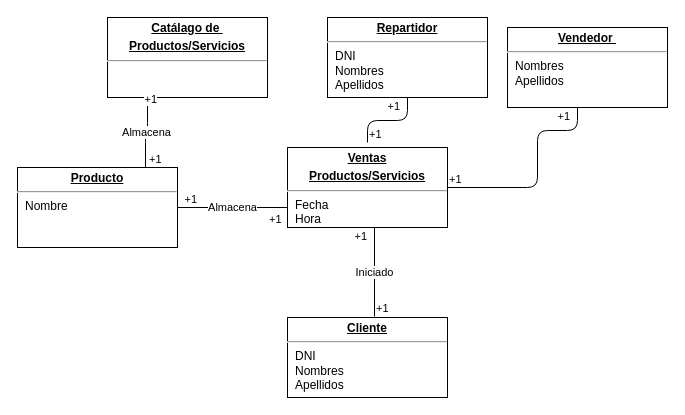
JoseSandoval96/utpweb keeps this draw.io diagram as ventas.drawio. Above is the earlier version. Source tidied: cells renumbered, new cells numbered last; positions are measured from the earlier drawing's top-left corner, leaving out a move shared by most shapes. Both pictures are drawn from the tidied source at 100%, with x=0, y=0 at pixel (17, 17).
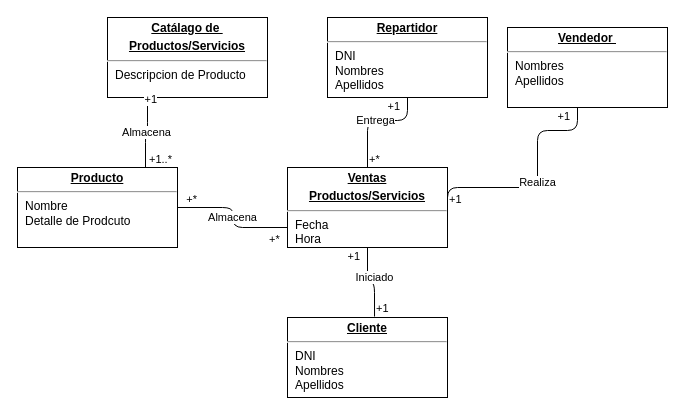
Above is the later version.

The change refers to these unchanged cells:
```xml
<mxCell id="5" value="&lt;p style=&quot;margin: 0px ; margin-top: 4px ; text-align: center ; text-decoration: underline&quot;&gt;&lt;b&gt;Cliente&lt;/b&gt;&lt;/p&gt;&lt;hr&gt;&lt;p style=&quot;margin: 0px ; margin-left: 8px&quot;&gt;DNI&lt;/p&gt;&lt;p style=&quot;margin: 0px ; margin-left: 8px&quot;&gt;Nombres&lt;/p&gt;&lt;p style=&quot;margin: 0px ; margin-left: 8px&quot;&gt;Apellidos&lt;/p&gt;" style="verticalAlign=top;align=left;overflow=fill;fontSize=12;fontFamily=Helvetica;html=1;" parent="1" vertex="1">
  <mxGeometry x="270" y="300" width="160" height="80" as="geometry" />
</mxCell>
<mxCell id="9" value="Almacena" style="endArrow=none;html=1;edgeStyle=orthogonalEdgeStyle;entryX=1;entryY=0.5;entryDx=0;entryDy=0;exitX=0;exitY=0.75;exitDx=0;exitDy=0;" parent="1" edge="1" source="2" target="4">
  <mxGeometry relative="1" as="geometry" />
</mxCell>
<mxCell id="12" value="Almacena" style="endArrow=none;html=1;edgeStyle=orthogonalEdgeStyle;exitX=0.8;exitY=0;exitDx=0;exitDy=0;exitPerimeter=0;entryX=0.25;entryY=1;entryDx=0;entryDy=0;" parent="1" edge="1" source="4" target="3">
  <mxGeometry relative="1" as="geometry" />
</mxCell>
<mxCell id="16" value="&lt;p style=&quot;margin: 0px ; margin-top: 4px ; text-align: center ; text-decoration: underline&quot;&gt;&lt;b&gt;Repartidor&lt;/b&gt;&lt;/p&gt;&lt;hr&gt;&lt;p style=&quot;margin: 0px ; margin-left: 8px&quot;&gt;DNI&lt;/p&gt;&lt;p style=&quot;margin: 0px ; margin-left: 8px&quot;&gt;Nombres&lt;/p&gt;&lt;p style=&quot;margin: 0px ; margin-left: 8px&quot;&gt;Apellidos&lt;/p&gt;" style="verticalAlign=top;align=left;overflow=fill;fontSize=12;fontFamily=Helvetica;html=1;" parent="1" vertex="1">
  <mxGeometry x="310" width="160" height="80" as="geometry" />
</mxCell>
```

What changed in the source:
```diff
@@
     <mxCell id="2" value="&lt;p style=&quot;margin: 0px ; margin-top: 4px ; text-align: center ; text-decoration: underline&quot;&gt;&lt;b&gt;Ventas&lt;/b&gt;&lt;/p&gt;&lt;p style=&quot;margin: 0px ; margin-top: 4px ; text-align: center ; text-decoration: underline&quot;&gt;&lt;b&gt;Productos/Servicios&lt;/b&gt;&lt;/p&gt;&lt;hr&gt;&lt;p style=&quot;margin: 0px ; margin-left: 8px&quot;&gt;Fecha&amp;nbsp;&lt;/p&gt;&lt;p style=&quot;margin: 0px ; margin-left: 8px&quot;&gt;Hora&lt;/p&gt;" style="verticalAlign=top;align=left;overflow=fill;fontSize=12;fontFamily=Helvetica;html=1;" parent="1" vertex="1">
-      <mxGeometry x="270" y="130" width="160" height="80" as="geometry" />
+      <mxGeometry x="270" y="150" width="160" height="80" as="geometry" />
     </mxCell>
-    <mxCell id="3" value="&lt;p style=&quot;margin: 0px ; margin-top: 4px ; text-align: center ; text-decoration: underline&quot;&gt;&lt;b&gt;Catálago de&amp;nbsp;&lt;/b&gt;&lt;/p&gt;&lt;p style=&quot;margin: 0px ; margin-top: 4px ; text-align: center ; text-decoration: underline&quot;&gt;&lt;b&gt;Productos/Servicios&lt;/b&gt;&lt;/p&gt;&lt;hr&gt;&lt;p style=&quot;margin: 0px ; margin-left: 8px&quot;&gt;&lt;br&gt;&lt;/p&gt;" style="verticalAlign=top;align=left;overflow=fill;fontSize=12;fontFamily=Helvetica;html=1;" parent="1" vertex="1">
+    <mxCell id="3" value="&lt;p style=&quot;margin: 0px ; margin-top: 4px ; text-align: center ; text-decoration: underline&quot;&gt;&lt;b&gt;Catálago de&amp;nbsp;&lt;/b&gt;&lt;/p&gt;&lt;p style=&quot;margin: 0px ; margin-top: 4px ; text-align: center ; text-decoration: underline&quot;&gt;&lt;b&gt;Productos/Servicios&lt;/b&gt;&lt;/p&gt;&lt;hr&gt;&lt;p style=&quot;margin: 0px ; margin-left: 8px&quot;&gt;Descripcion de Producto&lt;/p&gt;" style="verticalAlign=top;align=left;overflow=fill;fontSize=12;fontFamily=Helvetica;html=1;" parent="1" vertex="1">
       <mxGeometry x="90" width="160" height="80" as="geometry" />
     </mxCell>
-    <mxCell id="4" value="&lt;p style=&quot;margin: 0px ; margin-top: 4px ; text-align: center ; text-decoration: underline&quot;&gt;&lt;b&gt;Producto&lt;/b&gt;&lt;/p&gt;&lt;hr&gt;&lt;p style=&quot;margin: 0px ; margin-left: 8px&quot;&gt;Nombre&lt;/p&gt;&lt;p style=&quot;margin: 0px ; margin-left: 8px&quot;&gt;&lt;br&gt;&lt;/p&gt;" style="verticalAlign=top;align=left;overflow=fill;fontSize=12;fontFamily=Helvetica;html=1;" parent="1" vertex="1">
+    <mxCell id="4" value="&lt;p style=&quot;margin: 0px ; margin-top: 4px ; text-align: center ; text-decoration: underline&quot;&gt;&lt;b&gt;Producto&lt;/b&gt;&lt;/p&gt;&lt;hr&gt;&lt;p style=&quot;margin: 0px ; margin-left: 8px&quot;&gt;Nombre&lt;/p&gt;&lt;p style=&quot;margin: 0px ; margin-left: 8px&quot;&gt;Detalle de Prodcuto&lt;/p&gt;&lt;p style=&quot;margin: 0px ; margin-left: 8px&quot;&gt;&lt;br&gt;&lt;/p&gt;" style="verticalAlign=top;align=left;overflow=fill;fontSize=12;fontFamily=Helvetica;html=1;" parent="1" vertex="1">
       <mxGeometry y="150" width="160" height="80" as="geometry" />
     </mxCell>
@@
-    <mxCell id="6" value="Iniciado" style="endArrow=none;html=1;edgeStyle=orthogonalEdgeStyle;exitX=0.544;exitY=-0.012;exitDx=0;exitDy=0;exitPerimeter=0;" parent="1" edge="1" source="5">
-      <mxGeometry relative="1" as="geometry">
-        <mxPoint x="357" y="210" as="targetPoint" />
-      </mxGeometry>
+    <mxCell id="6" value="Iniciado" style="endArrow=none;html=1;edgeStyle=orthogonalEdgeStyle;exitX=0.544;exitY=-0.012;exitDx=0;exitDy=0;exitPerimeter=0;entryX=0.5;entryY=1;entryDx=0;entryDy=0;" parent="1" edge="1" source="5" target="2">
+      <mxGeometry x="-0.1" y="-5" relative="1" as="geometry" />
     </mxCell>
@@
-    <mxCell id="10" value="+1" style="edgeLabel;html=1;align=left;verticalAlign=bottom;" parent="9" vertex="1">
+    <mxCell id="10" value="+*" style="edgeLabel;html=1;align=left;verticalAlign=bottom;" parent="9" vertex="1">
       <mxGeometry x="-1" relative="1" as="geometry">
         <mxPoint x="-20" y="20" as="offset" />
       </mxGeometry>
     </mxCell>
-    <mxCell id="11" value="+1" style="edgeLabel;html=1;align=right;verticalAlign=bottom;" parent="9" vertex="1">
+    <mxCell id="11" value="+*" style="edgeLabel;html=1;align=right;verticalAlign=bottom;" parent="9" vertex="1">
       <mxGeometry x="1" relative="1" as="geometry">
         <mxPoint x="20" as="offset" />
       </mxGeometry>
     </mxCell>
@@
-    <mxCell id="13" value="+1" style="edgeLabel;html=1;align=left;verticalAlign=bottom;" parent="12" vertex="1">
+    <mxCell id="13" value="+1..*" style="edgeLabel;html=1;align=left;verticalAlign=bottom;" parent="12" vertex="1">
       <mxGeometry x="-1" relative="1" as="geometry">
         <mxPoint x="2" as="offset" />
       </mxGeometry>
     </mxCell>
@@
-    <mxCell id="17" style="endArrow=none;html=1;edgeStyle=orthogonalEdgeStyle;" parent="1" edge="1" target="16">
+    <mxCell id="17" value="Entrega" style="endArrow=none;html=1;edgeStyle=orthogonalEdgeStyle;exitX=0.5;exitY=0;exitDx=0;exitDy=0;" parent="1" edge="1" source="2" target="16">
       <mxGeometry relative="1" as="geometry">
-        <mxPoint x="350" y="125" as="sourcePoint" />
         <Array as="points">
           <mxPoint x="350" y="103" />
           <mxPoint x="390" y="103" />
         </Array>
       </mxGeometry>
     </mxCell>
-    <mxCell id="18" value="+1" style="edgeLabel;html=1;align=left;verticalAlign=bottom;" parent="17" vertex="1">
+    <mxCell id="18" value="+*" style="edgeLabel;html=1;align=left;verticalAlign=bottom;" parent="17" vertex="1">
       <mxGeometry x="-1" relative="1" as="geometry" />
     </mxCell>
@@
-    <mxCell id="20" style="endArrow=none;html=1;edgeStyle=orthogonalEdgeStyle;exitX=1;exitY=0.5;exitDx=0;exitDy=0;" parent="1" edge="1" source="2">
+    <mxCell id="20" value="Realiza" style="endArrow=none;html=1;edgeStyle=orthogonalEdgeStyle;exitX=1;exitY=0.5;exitDx=0;exitDy=0;" parent="1" edge="1" source="2">
       <mxGeometry relative="1" as="geometry">
         <mxPoint x="560" y="90" as="targetPoint" />
         <Array as="points">
           <mxPoint x="520" y="170" />
           <mxPoint x="520" y="113" />
           <mxPoint x="560" y="113" />
         </Array>
       </mxGeometry>
     </mxCell>
```
